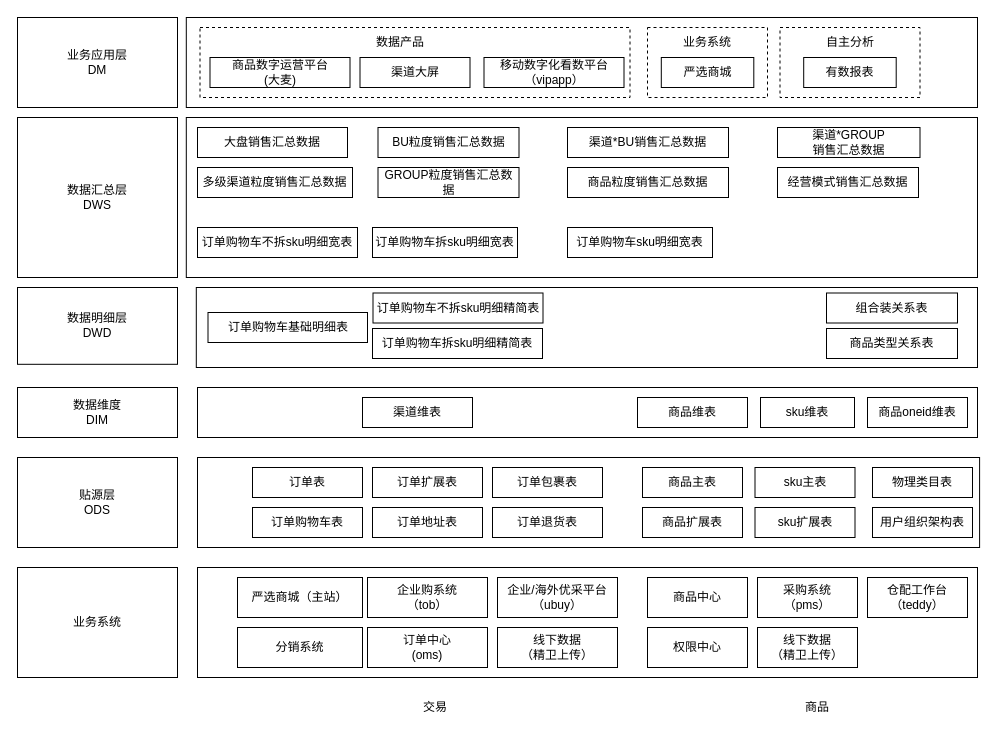
Before: polaris.drawio in mineminemine123/work-wiki, a draw.io diagram. Source tidied: cells renumbered, new cells numbered last; positions are measured from the earlier drawing's top-left corner, leaving out a move shared by most shapes. Both pictures are drawn from the tidied source at 100%, with x=0, y=0 at pixel (17, 17).
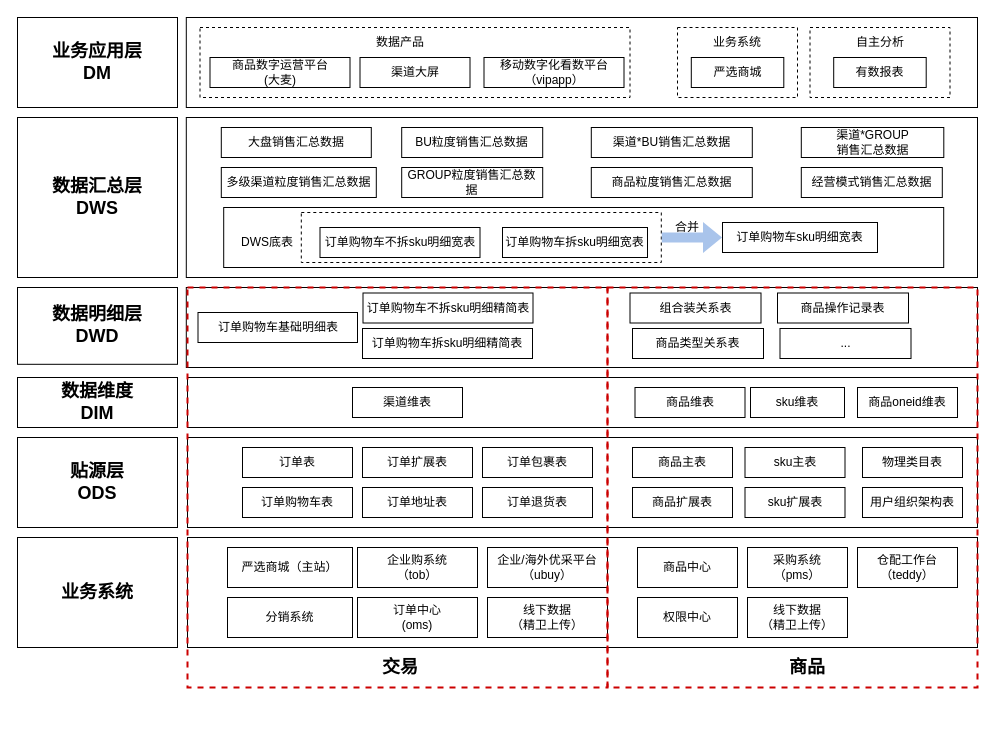
The same diagram, later.

The edit, as a diff of the source:
```diff
@@
     <mxCell id="4" style="rounded=0;whiteSpace=wrap;html=1;fontStyle=0;fontFamily=微软雅黑;" parent="1" vertex="1">
-      <mxGeometry x="178.8" y="270" width="781.2" height="80" as="geometry" />
+      <mxGeometry x="168.8" y="270" width="791.2" height="80" as="geometry" />
     </mxCell>
     <mxCell id="5" style="rounded=0;whiteSpace=wrap;html=1;fontStyle=0;fontFamily=微软雅黑;" parent="1" vertex="1">
-      <mxGeometry x="180" y="370" width="780" height="50" as="geometry" />
+      <mxGeometry x="170" y="360" width="790" height="50" as="geometry" />
     </mxCell>
     <mxCell id="6" style="rounded=0;whiteSpace=wrap;html=1;fontStyle=0;fontFamily=微软雅黑;" parent="1" vertex="1">
-      <mxGeometry x="180" y="440" width="782.1" height="90" as="geometry" />
+      <mxGeometry x="170" y="420" width="790" height="90" as="geometry" />
     </mxCell>
     <mxCell id="7" style="rounded=0;whiteSpace=wrap;html=1;fontStyle=0;fontFamily=微软雅黑;" parent="1" vertex="1">
-      <mxGeometry x="180" y="550" width="780" height="110" as="geometry" />
+      <mxGeometry x="170" y="520" width="790" height="110" as="geometry" />
     </mxCell>
-    <mxCell id="8" value="业务系统" style="rounded=0;whiteSpace=wrap;html=1;fontStyle=0;fontFamily=微软雅黑;" parent="1" vertex="1">
-      <mxGeometry y="550" width="160" height="110" as="geometry" />
+    <mxCell id="8" value="业务系统" style="rounded=0;whiteSpace=wrap;html=1;fontStyle=1;fontFamily=微软雅黑;fontSize=18;" parent="1" vertex="1">
+      <mxGeometry y="520" width="160" height="110" as="geometry" />
     </mxCell>
@@
     <mxCell id="10" value="严选商城（主站）" style="rounded=0;whiteSpace=wrap;html=1;fontStyle=0;fontFamily=微软雅黑;" parent="1" vertex="1">
-      <mxGeometry x="220" y="560" width="125" height="40" as="geometry" />
+      <mxGeometry x="210" y="530" width="125" height="40" as="geometry" />
     </mxCell>
     <mxCell id="11" value="分销系统" style="rounded=0;whiteSpace=wrap;html=1;fontStyle=0;fontFamily=微软雅黑;" parent="1" vertex="1">
-      <mxGeometry x="220" y="610" width="125" height="40" as="geometry" />
+      <mxGeometry x="210" y="580" width="125" height="40" as="geometry" />
     </mxCell>
     <mxCell id="12" value="订单中心&lt;br&gt;(oms)" style="rounded=0;whiteSpace=wrap;html=1;fontStyle=0;fontFamily=微软雅黑;" parent="1" vertex="1">
-      <mxGeometry x="350" y="610" width="120" height="40" as="geometry" />
+      <mxGeometry x="340" y="580" width="120" height="40" as="geometry" />
     </mxCell>
     <mxCell id="13" value="企业购系统&lt;br&gt;（tob）" style="rounded=0;whiteSpace=wrap;html=1;fontStyle=0;fontFamily=微软雅黑;" parent="1" vertex="1">
-      <mxGeometry x="350" y="560" width="120" height="40" as="geometry" />
+      <mxGeometry x="340" y="530" width="120" height="40" as="geometry" />
     </mxCell>
     <mxCell id="14" value="线下数据&lt;br&gt;（精卫上传）" style="rounded=0;whiteSpace=wrap;html=1;fontStyle=0;fontFamily=微软雅黑;" parent="1" vertex="1">
-      <mxGeometry x="480" y="610" width="120" height="40" as="geometry" />
+      <mxGeometry x="470" y="580" width="120" height="40" as="geometry" />
     </mxCell>
-    <mxCell id="15" value="贴源层&lt;br&gt;ODS" style="rounded=0;whiteSpace=wrap;html=1;fontStyle=0;fontFamily=微软雅黑;" parent="1" vertex="1">
-      <mxGeometry y="440" width="160" height="90" as="geometry" />
+    <mxCell id="15" value="贴源层&lt;br style=&quot;font-size: 18px;&quot;&gt;ODS" style="rounded=0;whiteSpace=wrap;html=1;fontStyle=1;fontFamily=微软雅黑;fontSize=18;" parent="1" vertex="1">
+      <mxGeometry y="420" width="160" height="90" as="geometry" />
     </mxCell>
-    <mxCell id="16" value="数据明细层&lt;br&gt;DWD" style="rounded=0;whiteSpace=wrap;html=1;fontStyle=0;fontFamily=微软雅黑;" parent="1" vertex="1">
+    <mxCell id="16" value="数据明细层&lt;br style=&quot;font-size: 18px;&quot;&gt;DWD" style="rounded=0;whiteSpace=wrap;html=1;fontStyle=1;fontFamily=微软雅黑;fontSize=18;" parent="1" vertex="1">
       <mxGeometry y="270" width="160" height="76.8" as="geometry" />
     </mxCell>
-    <mxCell id="17" value="数据汇总层&lt;br&gt;DWS" style="rounded=0;whiteSpace=wrap;html=1;fontStyle=0;fontFamily=微软雅黑;" parent="1" vertex="1">
+    <mxCell id="17" value="数据汇总层&lt;br style=&quot;font-size: 18px;&quot;&gt;DWS" style="rounded=0;whiteSpace=wrap;html=1;fontStyle=1;fontFamily=微软雅黑;fontSize=18;" parent="1" vertex="1">
       <mxGeometry y="100" width="160" height="160" as="geometry" />
     </mxCell>
-    <mxCell id="18" value="业务应用层&lt;br&gt;DM" style="rounded=0;whiteSpace=wrap;html=1;fontStyle=0;fontFamily=微软雅黑;" parent="1" vertex="1">
+    <mxCell id="18" value="业务应用层&lt;br style=&quot;font-size: 18px;&quot;&gt;DM" style="rounded=0;whiteSpace=wrap;html=1;fontStyle=1;fontFamily=微软雅黑;fontSize=18;" parent="1" vertex="1">
       <mxGeometry width="160" height="90" as="geometry" />
     </mxCell>
-    <mxCell id="19" value="数据维度&lt;br&gt;DIM" style="rounded=0;whiteSpace=wrap;html=1;fontStyle=0;fontFamily=微软雅黑;" parent="1" vertex="1">
-      <mxGeometry y="370" width="160" height="50" as="geometry" />
+    <mxCell id="19" value="数据维度&lt;br style=&quot;font-size: 18px;&quot;&gt;DIM" style="rounded=0;whiteSpace=wrap;html=1;fontStyle=1;fontFamily=微软雅黑;fontSize=18;" parent="1" vertex="1">
+      <mxGeometry y="360" width="160" height="50" as="geometry" />
     </mxCell>
     <mxCell id="20" value="企业/海外优采平台&lt;br&gt;（ubuy）" style="rounded=0;whiteSpace=wrap;html=1;fontStyle=0;fontFamily=微软雅黑;" parent="1" vertex="1">
-      <mxGeometry x="480" y="560" width="120" height="40" as="geometry" />
+      <mxGeometry x="470" y="530" width="120" height="40" as="geometry" />
     </mxCell>
-    <mxCell id="21" value="交易" style="text;html=1;strokeColor=none;fillColor=none;align=center;verticalAlign=middle;whiteSpace=wrap;rounded=0;horizontal=0;rotation=90;" parent="1" vertex="1">
-      <mxGeometry x="405" y="620" width="25" height="140" as="geometry" />
-    </mxCell>
     <mxCell id="22" value="商品中心" style="rounded=0;whiteSpace=wrap;html=1;fontStyle=0;fontFamily=微软雅黑;" parent="1" vertex="1">
-      <mxGeometry x="630" y="560" width="100" height="40" as="geometry" />
+      <mxGeometry x="620" y="530" width="100" height="40" as="geometry" />
     </mxCell>
     <mxCell id="23" value="采购系统&lt;br&gt;（pms）" style="rounded=0;whiteSpace=wrap;html=1;fontStyle=0;fontFamily=微软雅黑;" parent="1" vertex="1">
-      <mxGeometry x="740" y="560" width="100" height="40" as="geometry" />
+      <mxGeometry x="730" y="530" width="100" height="40" as="geometry" />
     </mxCell>
     <mxCell id="24" value="仓配工作台&lt;br&gt;（teddy）" style="rounded=0;whiteSpace=wrap;html=1;fontStyle=0;fontFamily=微软雅黑;" parent="1" vertex="1">
-      <mxGeometry x="850" y="560" width="100" height="40" as="geometry" />
+      <mxGeometry x="840" y="530" width="100" height="40" as="geometry" />
     </mxCell>
     <mxCell id="25" value="权限中心" style="rounded=0;whiteSpace=wrap;html=1;fontStyle=0;fontFamily=微软雅黑;" parent="1" vertex="1">
-      <mxGeometry x="630" y="610" width="100" height="40" as="geometry" />
+      <mxGeometry x="620" y="580" width="100" height="40" as="geometry" />
     </mxCell>
     <mxCell id="26" value="订单表" style="rounded=0;whiteSpace=wrap;html=1;fontStyle=0;fontFamily=微软雅黑;" parent="1" vertex="1">
-      <mxGeometry x="235" y="450" width="110" height="30" as="geometry" />
+      <mxGeometry x="225" y="430" width="110" height="30" as="geometry" />
     </mxCell>
     <mxCell id="27" value="订单地址表" style="rounded=0;whiteSpace=wrap;html=1;fontStyle=0;fontFamily=微软雅黑;" parent="1" vertex="1">
-      <mxGeometry x="355" y="490" width="110" height="30" as="geometry" />
+      <mxGeometry x="345" y="470" width="110" height="30" as="geometry" />
     </mxCell>
     <mxCell id="28" value="订单购物车表" style="rounded=0;whiteSpace=wrap;html=1;fontStyle=0;fontFamily=微软雅黑;" parent="1" vertex="1">
-      <mxGeometry x="235" y="490" width="110" height="30" as="geometry" />
+      <mxGeometry x="225" y="470" width="110" height="30" as="geometry" />
     </mxCell>
     <mxCell id="29" value="商品主表" style="rounded=0;whiteSpace=wrap;html=1;fontStyle=0;fontFamily=微软雅黑;" parent="1" vertex="1">
-      <mxGeometry x="625" y="450" width="100" height="30" as="geometry" />
+      <mxGeometry x="615" y="430" width="100" height="30" as="geometry" />
     </mxCell>
     <mxCell id="30" value="商品扩展表" style="rounded=0;whiteSpace=wrap;html=1;fontStyle=0;fontFamily=微软雅黑;" parent="1" vertex="1">
-      <mxGeometry x="625" y="490" width="100" height="30" as="geometry" />
+      <mxGeometry x="615" y="470" width="100" height="30" as="geometry" />
     </mxCell>
     <mxCell id="31" value="sku主表" style="rounded=0;whiteSpace=wrap;html=1;fontStyle=0;fontFamily=微软雅黑;" parent="1" vertex="1">
-      <mxGeometry x="737.5" y="450" width="100" height="30" as="geometry" />
+      <mxGeometry x="727.5" y="430" width="100" height="30" as="geometry" />
     </mxCell>
     <mxCell id="32" value="sku扩展表" style="rounded=0;whiteSpace=wrap;html=1;fontStyle=0;fontFamily=微软雅黑;" parent="1" vertex="1">
-      <mxGeometry x="737.5" y="490" width="100" height="30" as="geometry" />
+      <mxGeometry x="727.5" y="470" width="100" height="30" as="geometry" />
     </mxCell>
     <mxCell id="33" value="订单扩展表" style="rounded=0;whiteSpace=wrap;html=1;fontStyle=0;fontFamily=微软雅黑;" parent="1" vertex="1">
-      <mxGeometry x="355" y="450" width="110" height="30" as="geometry" />
+      <mxGeometry x="345" y="430" width="110" height="30" as="geometry" />
     </mxCell>
     <mxCell id="34" value="订单包裹表" style="rounded=0;whiteSpace=wrap;html=1;fontStyle=0;fontFamily=微软雅黑;" parent="1" vertex="1">
-      <mxGeometry x="475" y="450" width="110" height="30" as="geometry" />
+      <mxGeometry x="465" y="430" width="110" height="30" as="geometry" />
     </mxCell>
     <mxCell id="35" value="渠道维表" style="rounded=0;whiteSpace=wrap;html=1;fontStyle=0;fontFamily=微软雅黑;" parent="1" vertex="1">
-      <mxGeometry x="345" y="380" width="110" height="30" as="geometry" />
+      <mxGeometry x="335" y="370" width="110" height="30" as="geometry" />
     </mxCell>
     <mxCell id="36" value="商品维表" style="rounded=0;whiteSpace=wrap;html=1;fontStyle=0;fontFamily=微软雅黑;" parent="1" vertex="1">
-      <mxGeometry x="620" y="380" width="110" height="30" as="geometry" />
+      <mxGeometry x="617.5" y="370" width="110" height="30" as="geometry" />
     </mxCell>
     <mxCell id="37" value="sku维表" style="rounded=0;whiteSpace=wrap;html=1;fontStyle=0;fontFamily=微软雅黑;" parent="1" vertex="1">
-      <mxGeometry x="743" y="380" width="94" height="30" as="geometry" />
+      <mxGeometry x="733" y="370" width="94" height="30" as="geometry" />
     </mxCell>
@@
     <mxCell id="40" style="rounded=0;whiteSpace=wrap;html=1;fontStyle=0;fontFamily=微软雅黑;dashed=1;" parent="1" vertex="1">
-      <mxGeometry x="762.5" y="10" width="140" height="70" as="geometry" />
+      <mxGeometry x="792.5" y="10" width="140" height="70" as="geometry" />
     </mxCell>
@@
     <mxCell id="42" value="订单退货表" style="rounded=0;whiteSpace=wrap;html=1;fontStyle=0;fontFamily=微软雅黑;" parent="1" vertex="1">
-      <mxGeometry x="475" y="490" width="110" height="30" as="geometry" />
+      <mxGeometry x="465" y="470" width="110" height="30" as="geometry" />
     </mxCell>
     <mxCell id="43" value="物理类目表" style="rounded=0;whiteSpace=wrap;html=1;fontStyle=0;fontFamily=微软雅黑;" parent="1" vertex="1">
-      <mxGeometry x="855" y="450" width="100" height="30" as="geometry" />
+      <mxGeometry x="845" y="430" width="100" height="30" as="geometry" />
     </mxCell>
     <mxCell id="44" value="用户组织架构表" style="rounded=0;whiteSpace=wrap;html=1;fontStyle=0;fontFamily=微软雅黑;" parent="1" vertex="1">
-      <mxGeometry x="855" y="490" width="100" height="30" as="geometry" />
+      <mxGeometry x="845" y="470" width="100" height="30" as="geometry" />
     </mxCell>
     <mxCell id="45" style="rounded=0;whiteSpace=wrap;html=1;fontStyle=0;fontFamily=微软雅黑;dashed=1;" parent="1" vertex="1">
-      <mxGeometry x="630" y="10" width="120" height="70" as="geometry" />
+      <mxGeometry x="660" y="10" width="120" height="70" as="geometry" />
     </mxCell>
     <mxCell id="46" value="严选商城" style="rounded=0;whiteSpace=wrap;html=1;fontStyle=0;fontFamily=微软雅黑;" parent="1" vertex="1">
-      <mxGeometry x="643.8" y="40" width="92.5" height="30" as="geometry" />
+      <mxGeometry x="673.8" y="40" width="92.5" height="30" as="geometry" />
     </mxCell>
-    <mxCell id="47" value="业务系统" style="text;html=1;strokeColor=none;fillColor=none;align=center;verticalAlign=middle;whiteSpace=wrap;rounded=0;" parent="1" vertex="1">
-      <mxGeometry x="660" y="10" width="60" height="30" as="geometry" />
+    <mxCell id="47" value="业务系统" style="text;html=1;strokeColor=none;fillColor=none;align=center;verticalAlign=middle;whiteSpace=wrap;rounded=0;fontFamily=微软雅黑;" parent="1" vertex="1">
+      <mxGeometry x="690" y="10" width="60" height="30" as="geometry" />
     </mxCell>
-    <mxCell id="48" value="数据产品" style="text;html=1;strokeColor=none;fillColor=none;align=center;verticalAlign=middle;whiteSpace=wrap;rounded=0;" parent="1" vertex="1">
+    <mxCell id="48" value="数据产品" style="text;html=1;strokeColor=none;fillColor=none;align=center;verticalAlign=middle;whiteSpace=wrap;rounded=0;fontFamily=微软雅黑;" parent="1" vertex="1">
       <mxGeometry x="352.5" y="10" width="60" height="30" as="geometry" />
     </mxCell>
-    <mxCell id="49" value="自主分析" style="text;html=1;strokeColor=none;fillColor=none;align=center;verticalAlign=middle;whiteSpace=wrap;rounded=0;" parent="1" vertex="1">
-      <mxGeometry x="802.5" y="10" width="60" height="30" as="geometry" />
+    <mxCell id="49" value="自主分析" style="text;html=1;strokeColor=none;fillColor=none;align=center;verticalAlign=middle;whiteSpace=wrap;rounded=0;fontFamily=微软雅黑;" parent="1" vertex="1">
+      <mxGeometry x="832.5" y="10" width="60" height="30" as="geometry" />
     </mxCell>
     <mxCell id="50" value="有数报表" style="rounded=0;whiteSpace=wrap;html=1;fontStyle=0;fontFamily=微软雅黑;" parent="1" vertex="1">
-      <mxGeometry x="786.2" y="40" width="92.5" height="30" as="geometry" />
+      <mxGeometry x="816.2" y="40" width="92.5" height="30" as="geometry" />
     </mxCell>
     <mxCell id="51" value="组合装关系表" style="rounded=0;whiteSpace=wrap;html=1;fontStyle=0;fontFamily=微软雅黑;" parent="1" vertex="1">
-      <mxGeometry x="809" y="275.5" width="131" height="30" as="geometry" />
+      <mxGeometry x="612.5" y="275.5" width="131" height="30" as="geometry" />
     </mxCell>
     <mxCell id="52" value="商品oneid维表" style="rounded=0;whiteSpace=wrap;html=1;fontStyle=0;fontFamily=微软雅黑;" parent="1" vertex="1">
-      <mxGeometry x="850" y="380" width="100" height="30" as="geometry" />
+      <mxGeometry x="840" y="370" width="100" height="30" as="geometry" />
     </mxCell>
     <mxCell id="53" value="多级渠道粒度销售汇总数据" style="rounded=0;whiteSpace=wrap;html=1;fontStyle=0;fontFamily=微软雅黑;" parent="1" vertex="1">
-      <mxGeometry x="180" y="150" width="155" height="30" as="geometry" />
+      <mxGeometry x="203.8" y="150" width="155" height="30" as="geometry" />
     </mxCell>
     <mxCell id="54" value="商品粒度销售汇总数据" style="rounded=0;whiteSpace=wrap;html=1;fontStyle=0;fontFamily=微软雅黑;" parent="1" vertex="1">
-      <mxGeometry x="550" y="150" width="161" height="30" as="geometry" />
+      <mxGeometry x="573.8" y="150" width="161" height="30" as="geometry" />
     </mxCell>
     <mxCell id="55" value="BU粒度销售汇总数据" style="rounded=0;whiteSpace=wrap;html=1;fontStyle=0;fontFamily=微软雅黑;" parent="1" vertex="1">
-      <mxGeometry x="360.5" y="110" width="141" height="30" as="geometry" />
+      <mxGeometry x="384.2" y="110" width="141" height="30" as="geometry" />
     </mxCell>
     <mxCell id="56" value="GROUP粒度销售汇总数据" style="rounded=0;whiteSpace=wrap;html=1;fontStyle=0;fontFamily=微软雅黑;" parent="1" vertex="1">
-      <mxGeometry x="360.5" y="150" width="141" height="30" as="geometry" />
+      <mxGeometry x="384.2" y="150" width="141" height="30" as="geometry" />
     </mxCell>
     <mxCell id="57" value="大盘销售汇总数据" style="rounded=0;whiteSpace=wrap;html=1;fontStyle=0;fontFamily=微软雅黑;" parent="1" vertex="1">
-      <mxGeometry x="180" y="110" width="150" height="30" as="geometry" />
+      <mxGeometry x="203.8" y="110" width="150" height="30" as="geometry" />
     </mxCell>
     <mxCell id="58" value="渠道*BU销售汇总数据" style="rounded=0;whiteSpace=wrap;html=1;fontStyle=0;fontFamily=微软雅黑;" parent="1" vertex="1">
-      <mxGeometry x="550" y="110" width="161" height="30" as="geometry" />
+      <mxGeometry x="573.8" y="110" width="161" height="30" as="geometry" />
     </mxCell>
     <mxCell id="59" value="渠道*GROUP&lt;br&gt;销售汇总数据" style="rounded=0;whiteSpace=wrap;html=1;fontStyle=0;fontFamily=微软雅黑;" parent="1" vertex="1">
-      <mxGeometry x="760" y="110" width="142.5" height="30" as="geometry" />
+      <mxGeometry x="783.8" y="110" width="142.5" height="30" as="geometry" />
     </mxCell>
     <mxCell id="60" value="经营模式销售汇总数据" style="rounded=0;whiteSpace=wrap;html=1;fontStyle=0;fontFamily=微软雅黑;" parent="1" vertex="1">
-      <mxGeometry x="760" y="150" width="141" height="30" as="geometry" />
+      <mxGeometry x="783.8" y="150" width="141" height="30" as="geometry" />
     </mxCell>
     <mxCell id="61" value="订单购物车不拆sku明细精简表" style="rounded=0;whiteSpace=wrap;html=1;fontStyle=0;fontFamily=微软雅黑;" parent="1" vertex="1">
-      <mxGeometry x="355.5" y="275.5" width="170" height="30" as="geometry" />
+      <mxGeometry x="345.5" y="275.5" width="170" height="30" as="geometry" />
     </mxCell>
-    <mxCell id="62" value="订单购物车不拆sku明细宽表" style="rounded=0;whiteSpace=wrap;html=1;fontStyle=0;fontFamily=微软雅黑;" parent="1" vertex="1">
-      <mxGeometry x="180" y="210" width="160" height="30" as="geometry" />
-    </mxCell>
     <mxCell id="63" value="商品类型关系表" style="rounded=0;whiteSpace=wrap;html=1;fontStyle=0;fontFamily=微软雅黑;" parent="1" vertex="1">
-      <mxGeometry x="809" y="311" width="131" height="30" as="geometry" />
+      <mxGeometry x="615" y="311" width="131" height="30" as="geometry" />
     </mxCell>
     <mxCell id="64" value="线下数据&lt;br&gt;（精卫上传）" style="rounded=0;whiteSpace=wrap;html=1;fontStyle=0;fontFamily=微软雅黑;" parent="1" vertex="1">
-      <mxGeometry x="740" y="610" width="100" height="40" as="geometry" />
+      <mxGeometry x="730" y="580" width="100" height="40" as="geometry" />
     </mxCell>
-    <mxCell id="65" value="商品" style="text;html=1;strokeColor=none;fillColor=none;align=center;verticalAlign=middle;whiteSpace=wrap;rounded=0;horizontal=0;rotation=90;" parent="1" vertex="1">
-      <mxGeometry x="787.2" y="620" width="25" height="140" as="geometry" />
-    </mxCell>
-    <mxCell id="66" value="订单购物车拆sku明细宽表" style="rounded=0;whiteSpace=wrap;html=1;fontStyle=0;fontFamily=微软雅黑;" parent="1" vertex="1">
-      <mxGeometry x="355" y="210" width="145" height="30" as="geometry" />
-    </mxCell>
     <mxCell id="67" value="订单购物车拆sku明细精简表" style="rounded=0;whiteSpace=wrap;html=1;fontStyle=0;fontFamily=微软雅黑;" parent="1" vertex="1">
-      <mxGeometry x="355" y="311" width="170" height="30" as="geometry" />
+      <mxGeometry x="345" y="311" width="170" height="30" as="geometry" />
     </mxCell>
     <mxCell id="68" value="订单购物车基础明细表" style="rounded=0;whiteSpace=wrap;html=1;fontStyle=0;fontFamily=微软雅黑;" parent="1" vertex="1">
-      <mxGeometry x="190.5" y="295" width="159.5" height="30" as="geometry" />
+      <mxGeometry x="180.5" y="295" width="159.5" height="30" as="geometry" />
     </mxCell>
+    <mxCell id="70" value="商品操作记录表" style="rounded=0;whiteSpace=wrap;html=1;fontStyle=0;fontFamily=微软雅黑;" parent="1" vertex="1">
+      <mxGeometry x="760" y="275.5" width="131" height="30" as="geometry" />
+    </mxCell>
+    <mxCell id="71" style="rounded=0;whiteSpace=wrap;html=1;fontStyle=1;fontFamily=微软雅黑;fontSize=18;dashed=1;fillColor=none;strokeWidth=2;strokeColor=#CC0000;" parent="1" vertex="1">
+      <mxGeometry x="170" y="270" width="420" height="400" as="geometry" />
+    </mxCell>
+    <mxCell id="72" value="..." style="rounded=0;whiteSpace=wrap;html=1;fontStyle=0;fontFamily=微软雅黑;" parent="1" vertex="1">
+      <mxGeometry x="762.5" y="311" width="131" height="30" as="geometry" />
+    </mxCell>
+    <mxCell id="21" value="&lt;b&gt;交易&lt;/b&gt;" style="text;html=1;strokeColor=none;fillColor=none;align=center;verticalAlign=middle;whiteSpace=wrap;rounded=0;horizontal=0;rotation=90;fontFamily=微软雅黑;fontSize=18;" parent="1" vertex="1">
+      <mxGeometry x="370" y="580" width="25" height="140" as="geometry" />
+    </mxCell>
+    <mxCell id="73" style="rounded=0;whiteSpace=wrap;html=1;fillColor=none;fontFamily=微软雅黑;" parent="1" vertex="1">
+      <mxGeometry x="206.2" y="190" width="720" height="60" as="geometry" />
+    </mxCell>
+    <mxCell id="74" style="rounded=0;whiteSpace=wrap;html=1;fontStyle=1;fontFamily=微软雅黑;fontSize=18;dashed=1;fillColor=none;strokeWidth=2;strokeColor=#CC0000;" parent="1" vertex="1">
+      <mxGeometry x="590" y="270" width="370" height="400" as="geometry" />
+    </mxCell>
+    <mxCell id="65" value="&lt;b&gt;商品&lt;/b&gt;" style="text;html=1;strokeColor=none;fillColor=none;align=center;verticalAlign=middle;whiteSpace=wrap;rounded=0;horizontal=0;rotation=90;fontFamily=微软雅黑;fontSize=18;" parent="1" vertex="1">
+      <mxGeometry x="777.5" y="580" width="25" height="140" as="geometry" />
+    </mxCell>
+    <mxCell id="75" value="DWS底表" style="text;html=1;strokeColor=none;fillColor=none;align=center;verticalAlign=middle;whiteSpace=wrap;rounded=0;fontFamily=微软雅黑;" parent="1" vertex="1">
+      <mxGeometry x="220" y="210" width="60" height="30" as="geometry" />
+    </mxCell>
+    <mxCell id="62" value="订单购物车不拆sku明细宽表" style="rounded=0;whiteSpace=wrap;html=1;fontStyle=0;fontFamily=微软雅黑;" parent="1" vertex="1">
+      <mxGeometry x="302.5" y="210" width="160" height="30" as="geometry" />
+    </mxCell>
+    <mxCell id="66" value="订单购物车拆sku明细宽表" style="rounded=0;whiteSpace=wrap;html=1;fontStyle=0;fontFamily=微软雅黑;" parent="1" vertex="1">
+      <mxGeometry x="485" y="210" width="145" height="30" as="geometry" />
+    </mxCell>
     <mxCell id="69" value="订单购物车sku明细宽表" style="rounded=0;whiteSpace=wrap;html=1;fontStyle=0;fontFamily=微软雅黑;" parent="1" vertex="1">
-      <mxGeometry x="550" y="210" width="145" height="30" as="geometry" />
+      <mxGeometry x="705" y="205" width="155" height="30" as="geometry" />
     </mxCell>
+    <mxCell id="76" style="rounded=0;whiteSpace=wrap;html=1;fillColor=none;dashed=1;fontFamily=微软雅黑;" parent="1" vertex="1">
+      <mxGeometry x="283.8" y="195" width="360" height="50" as="geometry" />
+    </mxCell>
+    <mxCell id="77" style="shape=flexArrow;endArrow=classic;html=1;rounded=0;exitX=1;exitY=0.5;exitDx=0;exitDy=0;entryX=0;entryY=0.5;entryDx=0;entryDy=0;fillColor=#A9C4EB;strokeColor=none;fontFamily=微软雅黑;" parent="1" edge="1" source="76" target="69">
+      <mxGeometry relative="1" as="geometry" />
+    </mxCell>
+    <mxCell id="78" value="&lt;font&gt;合并&lt;/font&gt;" style="text;html=1;strokeColor=none;fillColor=none;align=center;verticalAlign=middle;whiteSpace=wrap;rounded=0;fontFamily=微软雅黑;" parent="1" vertex="1">
+      <mxGeometry x="640" y="195" width="60" height="30" as="geometry" />
+    </mxCell>
```
